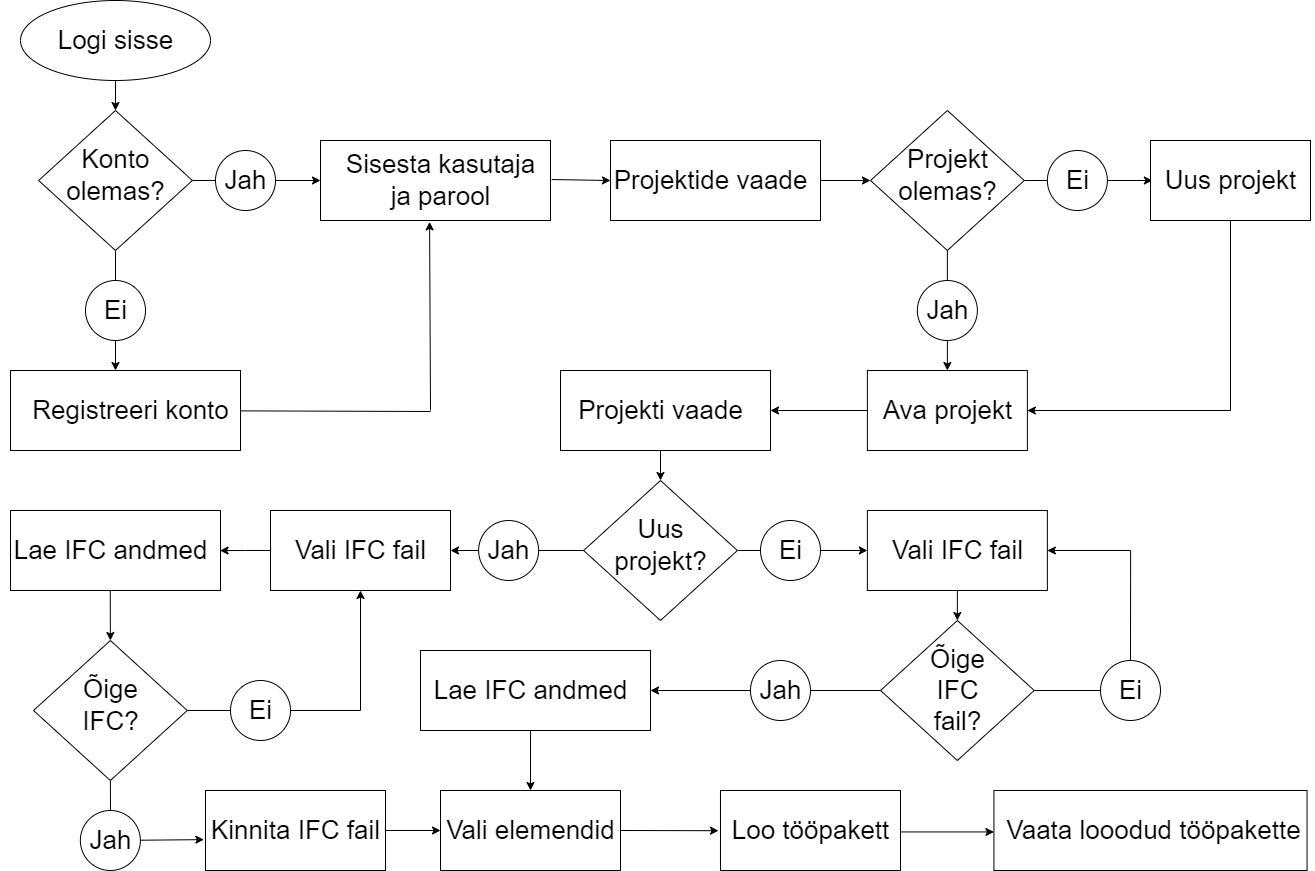
The draw.io diagram public/ifc-app-flow-chart.png in andreivass/ifcapp, before a commit. Source tidied: cells renumbered, new cells last; positions are measured from the earlier drawing's top-left corner, leaving out a move shared by most shapes.
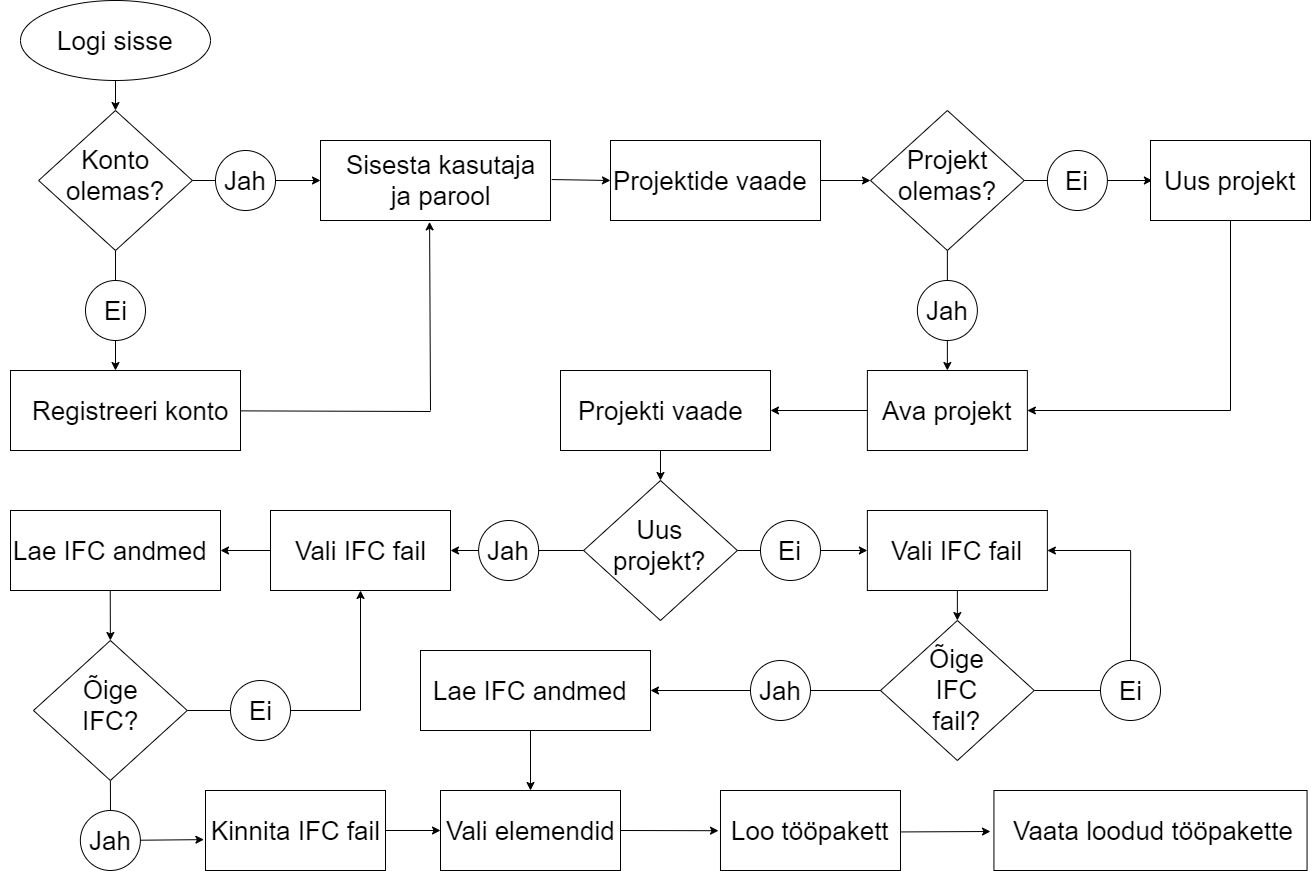
Later version of the same file.

What changed in the source:
```diff
@@ -246,8 +246,8 @@
     <mxCell id="71" style="rounded=0;whiteSpace=wrap;html=1;fontSize=26;" parent="1" vertex="1">
       <mxGeometry x="993.4" y="790" width="313.1" height="80" as="geometry" />
     </mxCell>
-    <mxCell id="72" value="Vaata looodud tööpakette" style="text;html=1;align=center;verticalAlign=middle;points=[];fillColor=none;strokeColor=none;rounded=0;fontSize=26;" parent="1" vertex="1">
-      <mxGeometry x="993.4" y="810" width="320" height="40" as="geometry" />
+    <mxCell id="72" value="Vaata loodud tööpakette" style="text;html=1;align=center;verticalAlign=middle;points=[];fillColor=none;strokeColor=none;rounded=0;fontSize=26;" parent="1" vertex="1">
+      <mxGeometry x="1003.4" y="810" width="300" height="40" as="geometry" />
     </mxCell>
     <mxCell id="73" style="rounded=0;whiteSpace=wrap;html=1;fontSize=26;" parent="1" vertex="1">
       <mxGeometry x="866.9" y="510" width="180" height="80" as="geometry" />
@@ -291,8 +291,10 @@
     <mxCell id="84" style="endArrow=classic;html=1;rounded=0;fontSize=26;exitX=1;exitY=0.5;exitDx=0;exitDy=0;entryX=-0.011;entryY=0.505;entryDx=0;entryDy=0;entryPerimeter=0;" parent="1" edge="1" source="67" target="70">
       <mxGeometry relative="1" as="geometry" />
     </mxCell>
-    <mxCell id="85" style="endArrow=classic;html=1;rounded=0;fontSize=26;exitX=1;exitY=0.536;exitDx=0;exitDy=0;exitPerimeter=0;entryX=0;entryY=0.536;entryDx=0;entryDy=0;entryPerimeter=0;" parent="1" edge="1" source="70" target="72">
-      <mxGeometry relative="1" as="geometry" />
+    <mxCell id="85" style="endArrow=classic;html=1;rounded=0;fontSize=26;exitX=1;exitY=0.536;exitDx=0;exitDy=0;exitPerimeter=0;" parent="1" edge="1" source="70">
+      <mxGeometry relative="1" as="geometry">
+        <mxPoint x="990" y="831" as="targetPoint" />
+      </mxGeometry>
     </mxCell>
     <mxCell id="86" style="endArrow=classic;html=1;rounded=0;fontSize=26;entryX=0.5;entryY=0;entryDx=0;entryDy=0;exitX=0.5;exitY=1;exitDx=0;exitDy=0;" parent="1" edge="1" source="73" target="75">
       <mxGeometry relative="1" as="geometry" />
```
